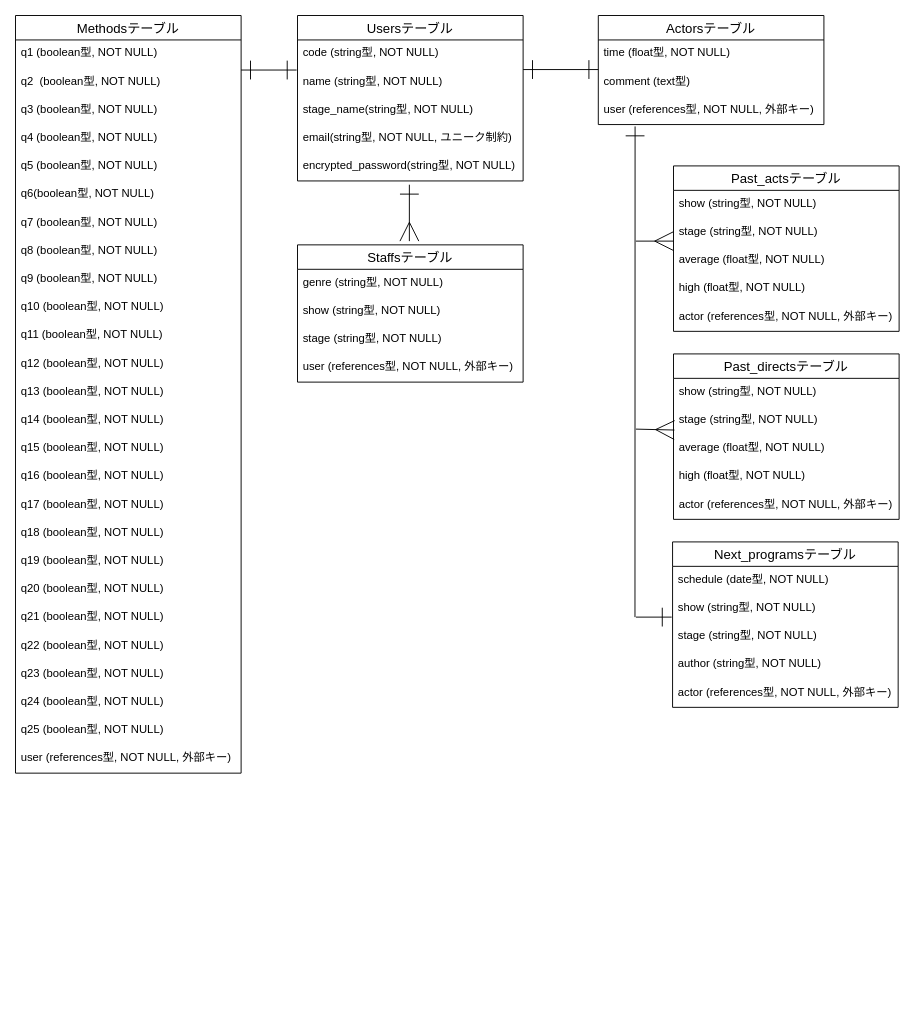
This is ER.dio from morishitami/makiniummy, a draw.io file, before an edit. Source tidied: cells renumbered, new cells numbered last; positions are measured from the earlier drawing's top-left corner, leaving out a move shared by most shapes. Both pictures are drawn from the tidied source at 94%, with x=0, y=0 at pixel (15, 15).
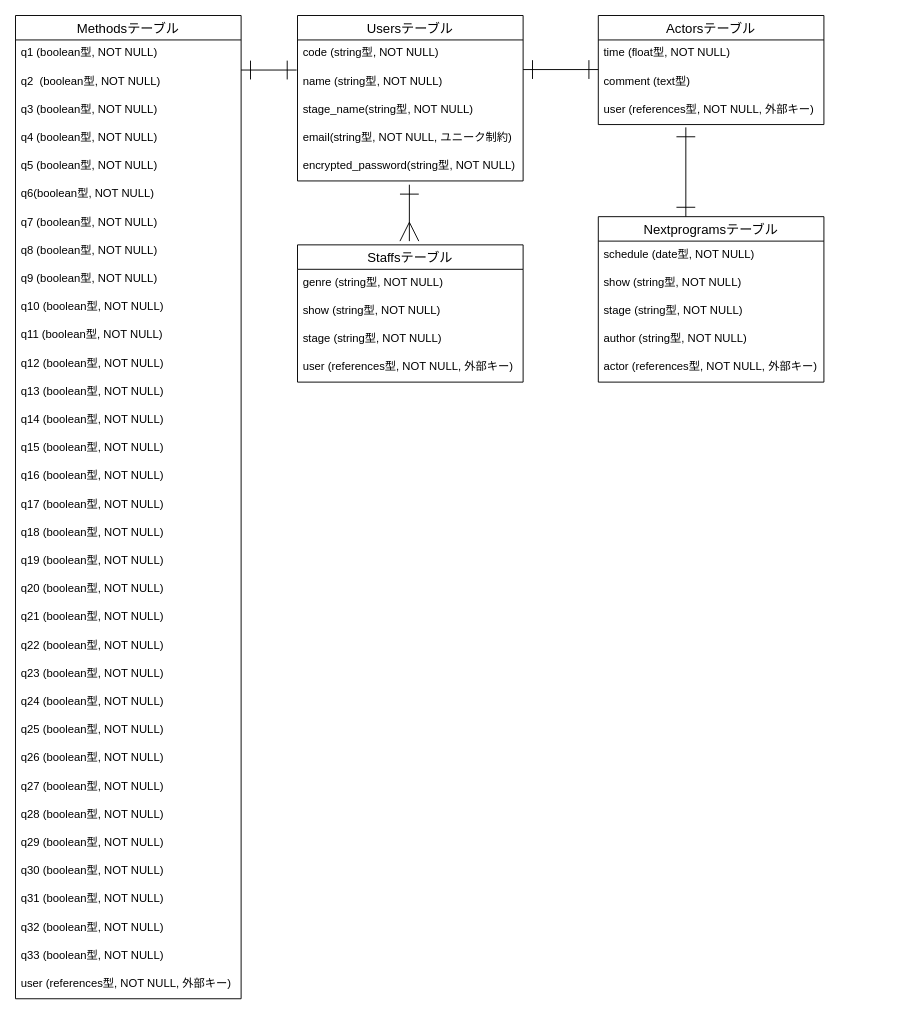
After the change.

Commit message (it also covers changes not shown here):
nextprogramモデル作成、ER図、README修正

The change refers to these unchanged cells:
```xml
<mxCell id="43" value="user (references型, NOT NULL, 外部キー)" style="text;strokeColor=none;fillColor=none;spacingLeft=4;spacingRight=4;overflow=hidden;points=[[0,0.5],[1,0.5]];portConstraint=eastwest;fontSize=12;" parent="40" vertex="1">
  <mxGeometry y="86" width="240" height="30" as="geometry" />
</mxCell>
<mxCell id="58" value="show (string型, NOT NULL)" style="text;strokeColor=none;fillColor=none;spacingLeft=4;spacingRight=4;overflow=hidden;points=[[0,0.5],[1,0.5]];portConstraint=eastwest;fontSize=12;" parent="56" vertex="1">
  <mxGeometry y="56" width="240" height="30" as="geometry" />
</mxCell>
```

What changed in the source:
```diff
@@
     <mxCell id="8" value="Methodsテーブル" style="swimlane;fontStyle=0;horizontal=1;startSize=26;align=center;fontSize=14;" parent="1" vertex="1">
-      <mxGeometry width="240" height="806" as="geometry" />
+      <mxGeometry width="240" height="1046" as="geometry" />
     </mxCell>
@@
+    <mxCell id="69" value="q26 (boolean型, NOT NULL)" style="text;strokeColor=none;fillColor=none;spacingLeft=4;spacingRight=4;overflow=hidden;fontSize=12;" parent="8" vertex="1">
+      <mxGeometry y="776" width="240" height="30" as="geometry" />
+    </mxCell>
+    <mxCell id="70" value="q27 (boolean型, NOT NULL)" style="text;strokeColor=none;fillColor=none;spacingLeft=4;spacingRight=4;overflow=hidden;fontSize=12;" parent="8" vertex="1">
+      <mxGeometry y="806" width="240" height="30" as="geometry" />
+    </mxCell>
+    <mxCell id="71" value="q28 (boolean型, NOT NULL)" style="text;strokeColor=none;fillColor=none;spacingLeft=4;spacingRight=4;overflow=hidden;fontSize=12;" parent="8" vertex="1">
+      <mxGeometry y="836" width="240" height="30" as="geometry" />
+    </mxCell>
+    <mxCell id="72" value="q29 (boolean型, NOT NULL)" style="text;strokeColor=none;fillColor=none;spacingLeft=4;spacingRight=4;overflow=hidden;fontSize=12;" parent="8" vertex="1">
+      <mxGeometry y="866" width="240" height="30" as="geometry" />
+    </mxCell>
+    <mxCell id="73" value="q30 (boolean型, NOT NULL)" style="text;strokeColor=none;fillColor=none;spacingLeft=4;spacingRight=4;overflow=hidden;fontSize=12;" parent="8" vertex="1">
+      <mxGeometry y="896" width="240" height="30" as="geometry" />
+    </mxCell>
+    <mxCell id="74" value="q31 (boolean型, NOT NULL)" style="text;strokeColor=none;fillColor=none;spacingLeft=4;spacingRight=4;overflow=hidden;fontSize=12;" parent="8" vertex="1">
+      <mxGeometry y="926" width="240" height="30" as="geometry" />
+    </mxCell>
+    <mxCell id="75" value="q32 (boolean型, NOT NULL)" style="text;strokeColor=none;fillColor=none;spacingLeft=4;spacingRight=4;overflow=hidden;fontSize=12;" parent="8" vertex="1">
+      <mxGeometry y="956" width="240" height="30" as="geometry" />
+    </mxCell>
+    <mxCell id="76" value="q33 (boolean型, NOT NULL)" style="text;strokeColor=none;fillColor=none;spacingLeft=4;spacingRight=4;overflow=hidden;fontSize=12;" parent="8" vertex="1">
+      <mxGeometry y="986" width="240" height="30" as="geometry" />
+    </mxCell>
     <mxCell id="34" value="user (references型, NOT NULL, 外部キー)" style="text;strokeColor=none;fillColor=none;spacingLeft=4;spacingRight=4;overflow=hidden;fontSize=12;" parent="8" vertex="1">
-      <mxGeometry y="776" width="240" height="30" as="geometry" />
+      <mxGeometry y="1016" width="240" height="30" as="geometry" />
     </mxCell>
@@
-    <mxCell id="44" value="Past_actsテーブル" style="swimlane;fontStyle=0;horizontal=1;startSize=26;align=center;fontSize=14;" parent="1" vertex="1">
-      <mxGeometry x="700" y="160" width="240" height="176" as="geometry" />
-    </mxCell>
-    <mxCell id="45" value="show (string型, NOT NULL)" style="text;strokeColor=none;fillColor=none;spacingLeft=4;spacingRight=4;overflow=hidden;fontSize=12;" parent="44" vertex="1">
-      <mxGeometry y="26" width="240" height="30" as="geometry" />
-    </mxCell>
-    <mxCell id="46" value="stage (string型, NOT NULL)" style="text;strokeColor=none;fillColor=none;spacingLeft=4;spacingRight=4;overflow=hidden;fontSize=12;" parent="44" vertex="1">
-      <mxGeometry y="56" width="240" height="30" as="geometry" />
-    </mxCell>
-    <mxCell id="47" value="average (float型, NOT NULL)" style="text;strokeColor=none;fillColor=none;spacingLeft=4;spacingRight=4;overflow=hidden;fontSize=12;" parent="44" vertex="1">
-      <mxGeometry y="86" width="240" height="30" as="geometry" />
-    </mxCell>
-    <mxCell id="48" value="high (float型, NOT NULL)" style="text;strokeColor=none;fillColor=none;spacingLeft=4;spacingRight=4;overflow=hidden;fontSize=12;" parent="44" vertex="1">
-      <mxGeometry y="116" width="240" height="30" as="geometry" />
-    </mxCell>
-    <mxCell id="49" value="actor (references型, NOT NULL, 外部キー)" style="text;strokeColor=none;fillColor=none;spacingLeft=4;spacingRight=4;overflow=hidden;fontSize=12;" parent="44" vertex="1">
-      <mxGeometry y="146" width="240" height="30" as="geometry" />
-    </mxCell>
-    <mxCell id="50" value="Past_directsテーブル" style="swimlane;fontStyle=0;horizontal=1;startSize=26;align=center;fontSize=14;" parent="1" vertex="1">
-      <mxGeometry x="700" y="360" width="240" height="176" as="geometry" />
-    </mxCell>
-    <mxCell id="51" value="show (string型, NOT NULL)" style="text;strokeColor=none;fillColor=none;spacingLeft=4;spacingRight=4;overflow=hidden;fontSize=12;" parent="50" vertex="1">
-      <mxGeometry y="26" width="240" height="30" as="geometry" />
-    </mxCell>
-    <mxCell id="52" value="stage (string型, NOT NULL)" style="text;strokeColor=none;fillColor=none;spacingLeft=4;spacingRight=4;overflow=hidden;points=[[0,0.5],[1,0.5]];portConstraint=eastwest;fontSize=12;" parent="50" vertex="1">
-      <mxGeometry y="56" width="240" height="30" as="geometry" />
-    </mxCell>
-    <mxCell id="53" value="average (float型, NOT NULL)" style="text;strokeColor=none;fillColor=none;spacingLeft=4;spacingRight=4;overflow=hidden;fontSize=12;" parent="50" vertex="1">
-      <mxGeometry y="86" width="240" height="30" as="geometry" />
-    </mxCell>
-    <mxCell id="54" value="high (float型, NOT NULL)" style="text;strokeColor=none;fillColor=none;spacingLeft=4;spacingRight=4;overflow=hidden;fontSize=12;" parent="50" vertex="1">
-      <mxGeometry y="116" width="240" height="30" as="geometry" />
-    </mxCell>
-    <mxCell id="55" value="actor (references型, NOT NULL, 外部キー)" style="text;strokeColor=none;fillColor=none;spacingLeft=4;spacingRight=4;overflow=hidden;fontSize=12;" parent="50" vertex="1">
-      <mxGeometry y="146" width="240" height="30" as="geometry" />
-    </mxCell>
-    <mxCell id="56" value="Next_programsテーブル" style="swimlane;fontStyle=0;horizontal=1;startSize=26;align=center;fontSize=14;" parent="1" vertex="1">
-      <mxGeometry x="699" y="560" width="240" height="176" as="geometry" />
+    <mxCell id="56" value="Nextprogramsテーブル" style="swimlane;fontStyle=0;horizontal=1;startSize=26;align=center;fontSize=14;" parent="1" vertex="1">
+      <mxGeometry x="620" y="214" width="240" height="176" as="geometry" />
     </mxCell>
@@
-    <mxCell id="65" style="endArrow=none;html=1;rounded=0;startSize=18;endSize=18;exitX=0.163;exitY=1.067;exitDx=0;exitDy=0;exitPerimeter=0;startArrow=ERone;startFill=0;" parent="1" edge="1" source="43">
-      <mxGeometry relative="1" as="geometry">
-        <mxPoint x="659" y="640" as="targetPoint" />
-      </mxGeometry>
-    </mxCell>
-    <mxCell id="66" style="endArrow=ERmany;html=1;rounded=0;startSize=18;endSize=18;endFill=0;" parent="1" edge="1">
-      <mxGeometry relative="1" as="geometry">
-        <mxPoint x="660" y="240" as="sourcePoint" />
-        <mxPoint x="700" y="240" as="targetPoint" />
-      </mxGeometry>
-    </mxCell>
-    <mxCell id="67" style="endArrow=ERmany;html=1;rounded=0;startSize=18;endSize=18;endFill=0;entryX=0.004;entryY=0.833;entryDx=0;entryDy=0;entryPerimeter=0;" parent="1" edge="1" target="52">
-      <mxGeometry relative="1" as="geometry">
-        <mxPoint x="660" y="440" as="sourcePoint" />
-      </mxGeometry>
-    </mxCell>
-    <mxCell id="68" style="endArrow=ERone;html=1;rounded=0;startSize=18;endSize=18;endFill=0;entryX=-0.004;entryY=0.8;entryDx=0;entryDy=0;entryPerimeter=0;" parent="1" edge="1" target="58">
-      <mxGeometry relative="1" as="geometry">
-        <mxPoint x="660" y="640" as="sourcePoint" />
-      </mxGeometry>
-    </mxCell>
+    <mxCell id="77" style="edgeStyle=none;html=1;exitX=0.388;exitY=0;exitDx=0;exitDy=0;entryX=0.388;entryY=1.1;entryDx=0;entryDy=0;startArrow=ERone;startFill=0;endArrow=ERone;endFill=0;endSize=18;startSize=18;entryPerimeter=0;exitPerimeter=0;" parent="1" edge="1" source="56" target="43">
+      <mxGeometry relative="1" as="geometry" />
+    </mxCell>
```
